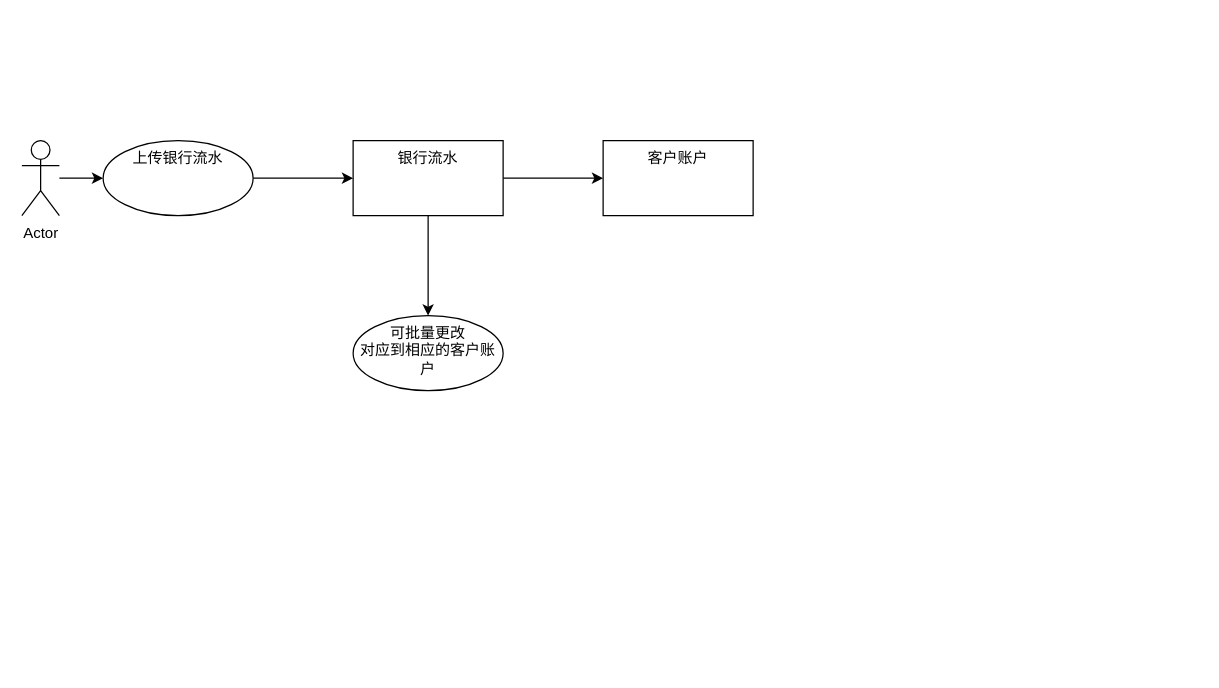
Above: Untitled Diagram.drawio in jnucpz11/ceshi1 (draw.io), before the change. Source tidied: cells renumbered, new cells numbered last; positions are measured from the earlier drawing's top-left corner, leaving out a move shared by most shapes. Both pictures are drawn from the tidied source at 125%, with x=0, y=0 at pixel (21, 140).
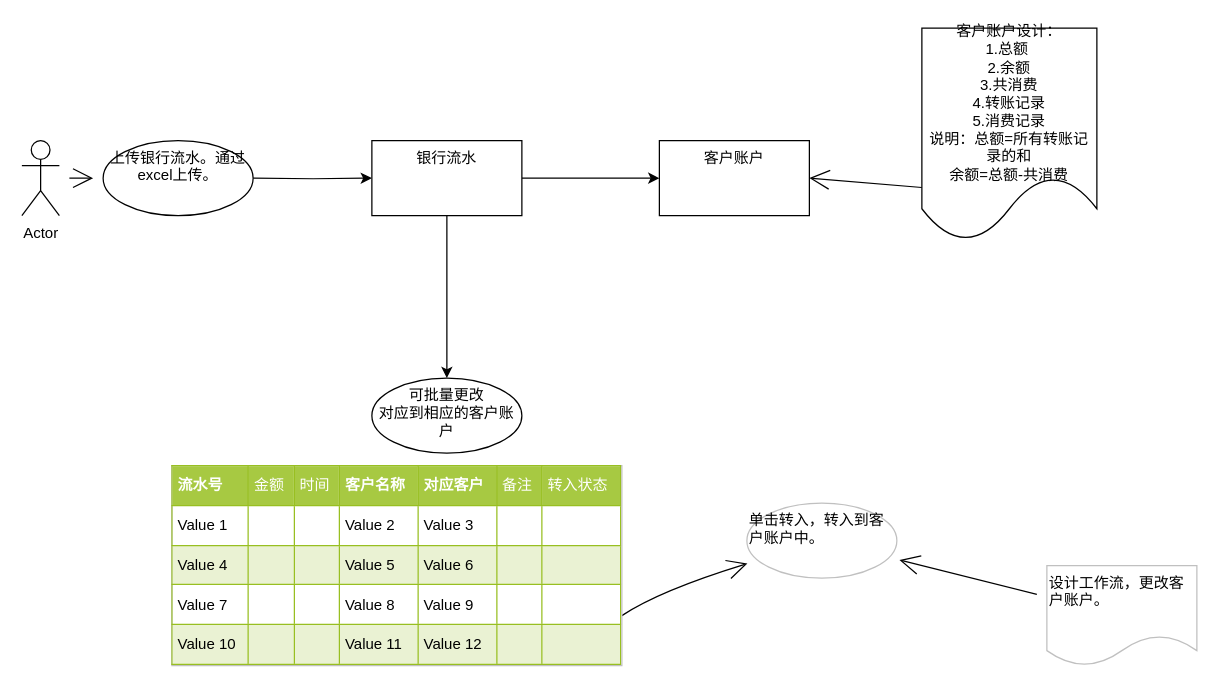
Above is the later version.

Change to the diagram source:
```diff
@@
 <mxGraphModel>
   <root>
     <mxCell id="0" />
     <mxCell id="1" parent="0" />
-    <mxCell id="2" style="edgeStyle=orthogonalEdgeStyle;rounded=0;jettySize=auto;html=1;" parent="1" edge="1" source="3" target="5">
-      <mxGeometry relative="1" as="geometry" />
-    </mxCell>
+    <mxCell id="11" style="edgeStyle=none;curved=1;rounded=0;jettySize=auto;html=1;endArrow=open;startSize=14;endSize=14;sourcePerimeterSpacing=8;targetPerimeterSpacing=8;" parent="1" edge="1" source="3" target="17">
+      <mxGeometry relative="1" as="geometry" />
+    </mxCell>
     <mxCell id="3" value="Actor" style="shape=umlActor;verticalLabelPosition=bottom;verticalAlign=top;html=1;outlineConnect=0;" parent="1" vertex="1">
       <mxGeometry width="30" height="60" as="geometry" />
     </mxCell>
-    <mxCell id="4" style="edgeStyle=orthogonalEdgeStyle;rounded=0;jettySize=auto;html=1;" parent="1" edge="1" source="5" target="8">
-      <mxGeometry relative="1" as="geometry" />
+    <mxCell id="4" style="edgeStyle=orthogonalEdgeStyle;rounded=0;jettySize=auto;html=1;" parent="1" edge="1" target="8">
+      <mxGeometry relative="1" as="geometry">
+        <mxPoint x="185" y="30" as="sourcePoint" />
+      </mxGeometry>
     </mxCell>
-    <mxCell id="5" value="上传银行流水" style="ellipse;whiteSpace=wrap;html=1;verticalAlign=top;" parent="1" vertex="1">
-      <mxGeometry x="65" width="120" height="60" as="geometry" />
-    </mxCell>
     <mxCell id="6" style="edgeStyle=orthogonalEdgeStyle;rounded=0;jettySize=auto;html=1;" parent="1" edge="1" source="8" target="9">
       <mxGeometry relative="1" as="geometry" />
     </mxCell>
     <mxCell id="7" style="edgeStyle=orthogonalEdgeStyle;rounded=0;jettySize=auto;html=1;" parent="1" edge="1" source="8" target="10">
       <mxGeometry relative="1" as="geometry" />
     </mxCell>
     <mxCell id="8" value="银行流水" style="whiteSpace=wrap;html=1;verticalAlign=top;" parent="1" vertex="1">
-      <mxGeometry x="265" width="120" height="60" as="geometry" />
+      <mxGeometry x="280" width="120" height="60" as="geometry" />
     </mxCell>
     <mxCell id="9" value="客户账户" style="whiteSpace=wrap;html=1;verticalAlign=top;" parent="1" vertex="1">
-      <mxGeometry x="465" width="120" height="60" as="geometry" />
+      <mxGeometry x="510" width="120" height="60" as="geometry" />
     </mxCell>
     <mxCell id="10" value="可批量更改&lt;br&gt;对应到相应的客户账户" style="ellipse;whiteSpace=wrap;html=1;verticalAlign=top;" parent="1" vertex="1">
-      <mxGeometry x="265" y="140" width="120" height="60" as="geometry" />
+      <mxGeometry x="280" y="190" width="120" height="60" as="geometry" />
     </mxCell>
+    <mxCell id="12" style="edgeStyle=none;curved=1;rounded=0;jettySize=auto;html=1;exitX=1;exitY=0.75;exitDx=0;exitDy=0;endArrow=open;startSize=14;endSize=14;sourcePerimeterSpacing=8;targetPerimeterSpacing=8;" parent="1" edge="1" source="13" target="16">
+      <mxGeometry relative="1" as="geometry">
+        <Array as="points">
+          <mxPoint x="510" y="360" />
+        </Array>
+      </mxGeometry>
+    </mxCell>
+    <mxCell id="13" value="&lt;table border=&quot;1&quot; width=&quot;100%&quot; cellpadding=&quot;4&quot; style=&quot;width: 100% ; height: 100% ; border-collapse: collapse&quot;&gt;&lt;tbody&gt;&lt;tr style=&quot;background-color: #a7c942 ; color: #ffffff ; border: 1px solid #98bf21&quot;&gt;&lt;th align=&quot;left&quot;&gt;流水号&lt;/th&gt;&lt;td&gt;金额&lt;/td&gt;&lt;td&gt;时间&lt;/td&gt;&lt;th align=&quot;left&quot;&gt;客户名称&lt;/th&gt;&lt;th align=&quot;left&quot;&gt;对应客户&lt;/th&gt;&lt;td&gt;备注&lt;/td&gt;&lt;td&gt;转入状态&lt;/td&gt;&lt;/tr&gt;&lt;tr style=&quot;border: 1px solid #98bf21&quot;&gt;&lt;td&gt;Value 1&lt;/td&gt;&lt;td&gt;&lt;br&gt;&lt;/td&gt;&lt;td&gt;&lt;br&gt;&lt;/td&gt;&lt;td&gt;Value 2&lt;/td&gt;&lt;td&gt;Value 3&lt;/td&gt;&lt;td&gt;&lt;br&gt;&lt;/td&gt;&lt;td&gt;&lt;br&gt;&lt;/td&gt;&lt;/tr&gt;&lt;tr style=&quot;background-color: #eaf2d3 ; border: 1px solid #98bf21&quot;&gt;&lt;td&gt;Value 4&lt;/td&gt;&lt;td&gt;&lt;br&gt;&lt;/td&gt;&lt;td&gt;&lt;br&gt;&lt;/td&gt;&lt;td&gt;Value 5&lt;/td&gt;&lt;td&gt;Value 6&lt;/td&gt;&lt;td&gt;&lt;br&gt;&lt;/td&gt;&lt;td&gt;&lt;br&gt;&lt;/td&gt;&lt;/tr&gt;&lt;tr style=&quot;border: 1px solid #98bf21&quot;&gt;&lt;td&gt;Value 7&lt;/td&gt;&lt;td&gt;&lt;br&gt;&lt;/td&gt;&lt;td&gt;&lt;br&gt;&lt;/td&gt;&lt;td&gt;Value 8&lt;/td&gt;&lt;td&gt;Value 9&lt;/td&gt;&lt;td&gt;&lt;br&gt;&lt;/td&gt;&lt;td&gt;&lt;br&gt;&lt;/td&gt;&lt;/tr&gt;&lt;tr style=&quot;background-color: #eaf2d3 ; border: 1px solid #98bf21&quot;&gt;&lt;td&gt;Value 10&lt;/td&gt;&lt;td&gt;&lt;br&gt;&lt;/td&gt;&lt;td&gt;&lt;br&gt;&lt;/td&gt;&lt;td&gt;Value 11&lt;/td&gt;&lt;td&gt;Value 12&lt;/td&gt;&lt;td&gt;&lt;br&gt;&lt;/td&gt;&lt;td&gt;&lt;br&gt;&lt;/td&gt;&lt;/tr&gt;&lt;/tbody&gt;&lt;/table&gt;" style="text;html=1;strokeColor=#c0c0c0;fillColor=#ffffff;overflow=fill;rounded=0;hachureGap=4;" parent="1" vertex="1">
+      <mxGeometry x="120" y="260" width="360" height="160" as="geometry" />
+    </mxCell>
+    <mxCell id="14" style="edgeStyle=none;curved=1;rounded=0;jettySize=auto;html=1;endArrow=open;startSize=14;endSize=14;sourcePerimeterSpacing=8;targetPerimeterSpacing=8;" parent="1" edge="1" source="15" target="16">
+      <mxGeometry relative="1" as="geometry" />
+    </mxCell>
+    <mxCell id="15" value="&lt;span&gt;设计工作流，更改客户账户。&lt;/span&gt;" style="shape=document;whiteSpace=wrap;html=1;boundedLbl=1;rounded=0;align=left;verticalAlign=top;strokeColor=#c0c0c0;hachureGap=4;" parent="1" vertex="1">
+      <mxGeometry x="820" y="340" width="120" height="80" as="geometry" />
+    </mxCell>
+    <mxCell id="16" value="单击转入，转入到客户账户中。" style="ellipse;whiteSpace=wrap;html=1;rounded=0;align=left;verticalAlign=top;strokeColor=#c0c0c0;hachureGap=4;" parent="1" vertex="1">
+      <mxGeometry x="580" y="290" width="120" height="60" as="geometry" />
+    </mxCell>
+    <mxCell id="17" value="&lt;span&gt;上传银行流水。通过excel上传。&lt;/span&gt;" style="ellipse;whiteSpace=wrap;html=1;verticalAlign=top;" parent="1" vertex="1">
+      <mxGeometry x="65" width="120" height="60" as="geometry" />
+    </mxCell>
+    <mxCell id="18" style="edgeStyle=none;curved=1;rounded=0;jettySize=auto;html=1;exitX=0;exitY=0.75;exitDx=0;exitDy=0;entryX=1;entryY=0.5;entryDx=0;entryDy=0;endArrow=open;startSize=14;endSize=14;sourcePerimeterSpacing=8;targetPerimeterSpacing=8;" parent="1" edge="1" source="19" target="9">
+      <mxGeometry relative="1" as="geometry" />
+    </mxCell>
+    <mxCell id="19" value="客户账户设计：&lt;br&gt;1.总额&amp;nbsp; &lt;br&gt;2.余额&lt;br&gt;3.共消费&lt;br&gt;4.转账记录&lt;br&gt;5.消费记录&lt;br&gt;说明：总额=所有转账记录的和&lt;br&gt;余额=总额-共消费" style="shape=document;whiteSpace=wrap;html=1;boundedLbl=1;hachureGap=4;" parent="1" vertex="1">
+      <mxGeometry x="720" y="-90" width="140" height="170" as="geometry" />
+    </mxCell>
   </root>
 </mxGraphModel>
```
